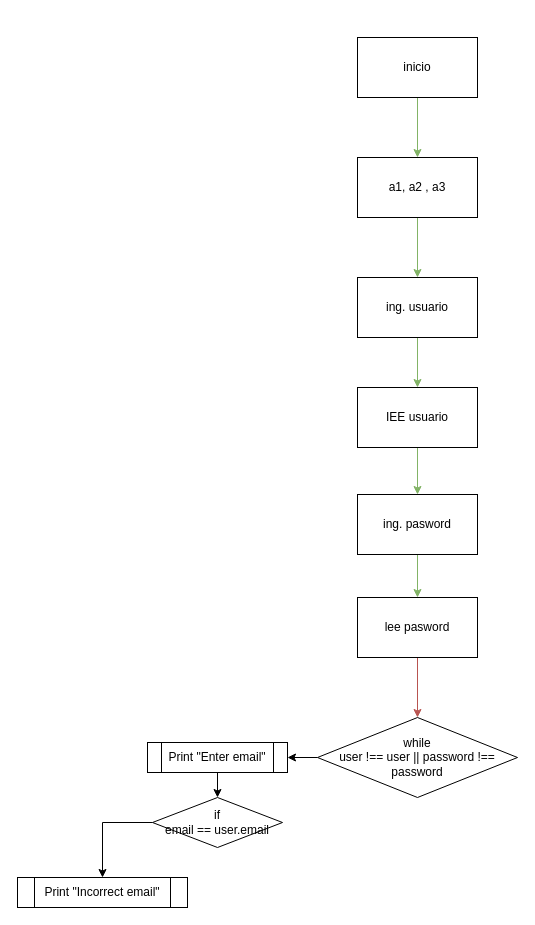
Before: Diagrama sin título.drawio in VictorJ-Ch/Cafeteria-Menu, a draw.io diagram. Source tidied: cells renumbered, new cells numbered last; positions are measured from the earlier drawing's top-left corner, leaving out a move shared by most shapes. Both pictures are drawn from the tidied source at 100%, with x=0, y=0 at pixel (17, 37).
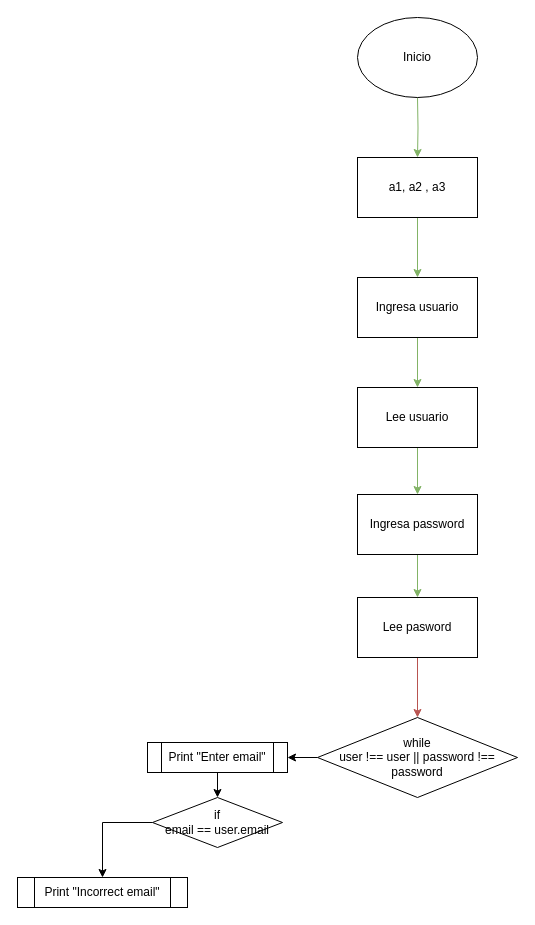
Above is the later version.

Unchanged cells that the change refers to:
```xml
<mxCell id="5" value="a1, a2 , a3" style="rounded=0;whiteSpace=wrap;html=1;" parent="1" vertex="1">
  <mxGeometry x="340" y="120" width="120" height="60" as="geometry" />
</mxCell>
```

Change to the diagram source:
```diff
@@
-    <mxCell id="2" style="edgeStyle=orthogonalEdgeStyle;rounded=0;jettySize=auto;html=1;exitX=0.5;exitY=1;exitDx=0;exitDy=0;entryX=0.5;entryY=0;entryDx=0;entryDy=0;fillColor=#d5e8d4;gradientColor=#97d077;strokeColor=#82b366;" parent="1" edge="1" source="3" target="5">
-      <mxGeometry relative="1" as="geometry" />
+    <mxCell id="2" style="edgeStyle=orthogonalEdgeStyle;rounded=0;jettySize=auto;html=1;exitX=0.5;exitY=1;exitDx=0;exitDy=0;entryX=0.5;entryY=0;entryDx=0;entryDy=0;fillColor=#d5e8d4;gradientColor=#97d077;strokeColor=#82b366;" parent="1" edge="1" target="5">
+      <mxGeometry relative="1" as="geometry">
+        <mxPoint x="400" y="60" as="sourcePoint" />
+      </mxGeometry>
     </mxCell>
-    <mxCell id="3" value="inicio" style="rounded=0;whiteSpace=wrap;html=1;" parent="1" vertex="1">
-      <mxGeometry x="340" width="120" height="60" as="geometry" />
-    </mxCell>
@@
-    <mxCell id="7" value="ing. usuario" style="rounded=0;whiteSpace=wrap;html=1;" parent="1" vertex="1">
+    <mxCell id="7" value="Ingresa usuario" style="rounded=0;whiteSpace=wrap;html=1;" parent="1" vertex="1">
       <mxGeometry x="340" y="240" width="120" height="60" as="geometry" />
     </mxCell>
@@
-    <mxCell id="9" value="IEE usuario" style="rounded=0;whiteSpace=wrap;html=1;" parent="1" vertex="1">
+    <mxCell id="9" value="Lee usuario" style="rounded=0;whiteSpace=wrap;html=1;" parent="1" vertex="1">
       <mxGeometry x="340" y="350" width="120" height="60" as="geometry" />
     </mxCell>
@@
-    <mxCell id="11" value="ing. pasword" style="rounded=0;whiteSpace=wrap;html=1;" parent="1" vertex="1">
+    <mxCell id="11" value="Ingresa password" style="rounded=0;whiteSpace=wrap;html=1;" parent="1" vertex="1">
       <mxGeometry x="340" y="457" width="120" height="60" as="geometry" />
     </mxCell>
@@
-    <mxCell id="13" value="lee pasword" style="rounded=0;whiteSpace=wrap;html=1;" parent="1" vertex="1">
+    <mxCell id="13" value="Lee pasword" style="rounded=0;whiteSpace=wrap;html=1;" parent="1" vertex="1">
       <mxGeometry x="340" y="560" width="120" height="60" as="geometry" />
     </mxCell>
@@
+    <mxCell id="21" value="Inicio" style="ellipse;whiteSpace=wrap;html=1;" parent="1" vertex="1">
+      <mxGeometry x="340" y="-20" width="120" height="80" as="geometry" />
+    </mxCell>
```
